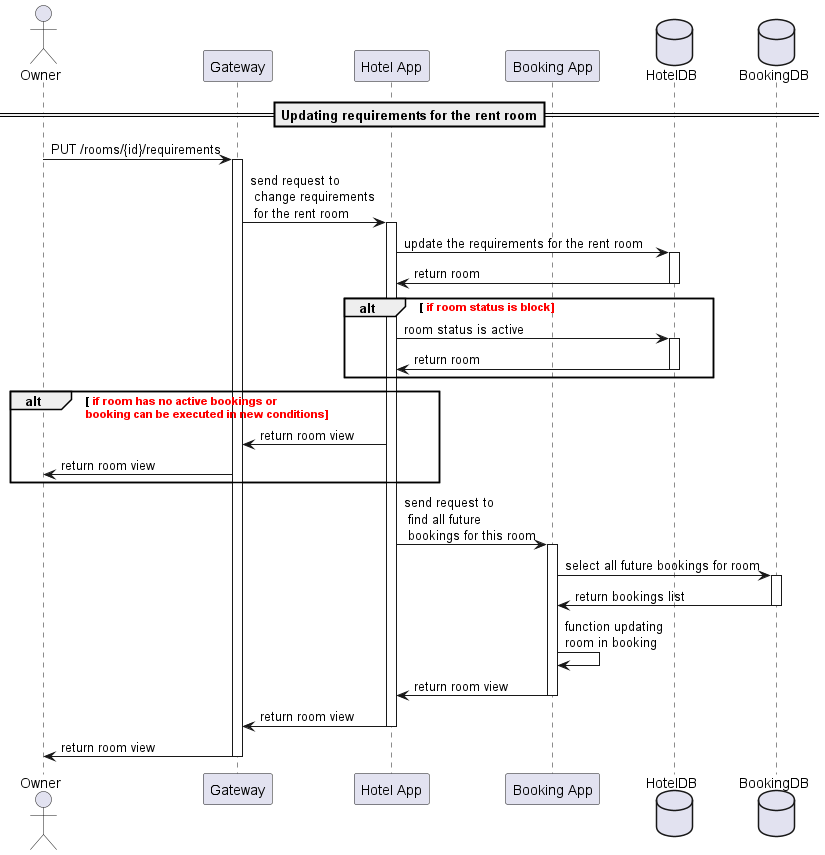
OlgaDobrodey/sequence-diagram keeps this PlantUML diagram as image/changeRequiremantRoom.png. Above is the earlier version.
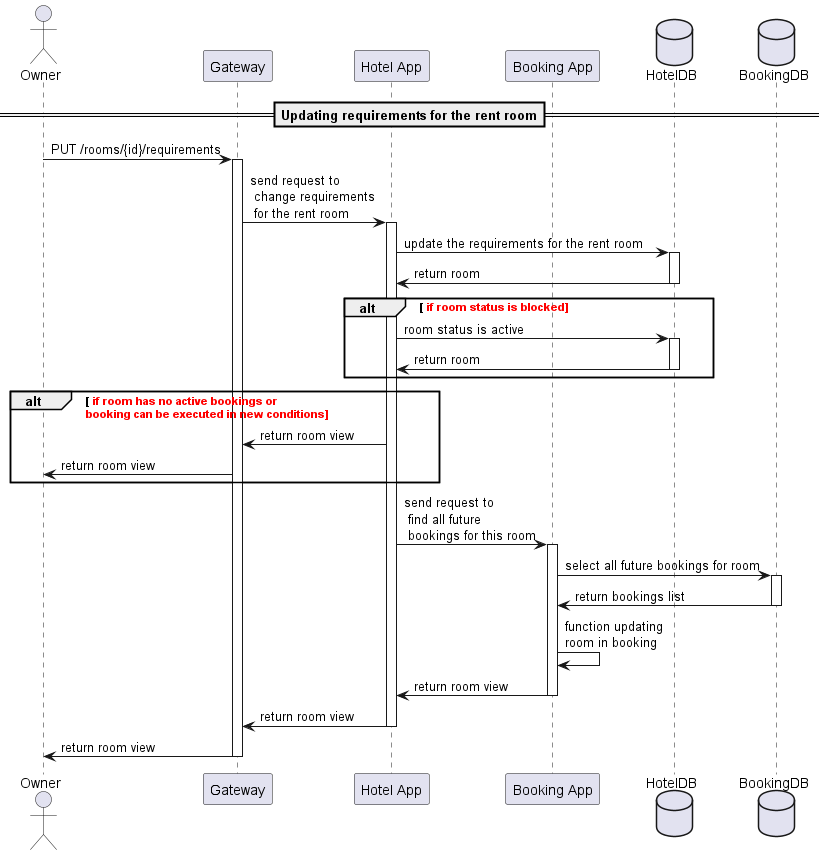
The same diagram one commit later.

Change to the diagram source:
```diff
@@ -18,7 +18,7 @@
     activate hb
 hb -> hs: return room
     deactivate hb
-    alt <font color=red> if room status is block
+    alt <font color=red> if room status is blocked
                          hs -> hb: room status is active
                          activate hb
                          hb -> hs:  return room
```
